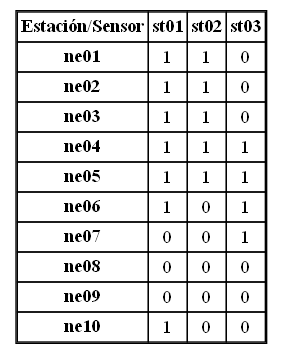
Juantrox617/IPC2_Proyecto1_202307699 keeps this Graphviz diagram as data/matriz_patron_cultivo.gv.png. Above is the earlier version. Its source is kept beside it as data/matriz_patron_cultivo.gv. The source it was exported from:
```dot
digraph {
	matriz [label=<<TABLE BORDER="1" CELLBORDER="1" CELLSPACING="0"><TR><TD><B>Estación/Sensor</B></TD><TD><B>st01</B></TD><TD><B>st02</B></TD><TD><B>st03</B></TD></TR><TR><TD><B>ne01</B></TD><TD>1</TD><TD>1</TD><TD>0</TD></TR><TR><TD><B>ne02</B></TD><TD>1</TD><TD>1</TD><TD>0</TD></TR><TR><TD><B>ne03</B></TD><TD>1</TD><TD>1</TD><TD>0</TD></TR><TR><TD><B>ne04</B></TD><TD>1</TD><TD>1</TD><TD>1</TD></TR><TR><TD><B>ne05</B></TD><TD>1</TD><TD>1</TD><TD>1</TD></TR><TR><TD><B>ne06</B></TD><TD>1</TD><TD>0</TD><TD>1</TD></TR><TR><TD><B>ne07</B></TD><TD>0</TD><TD>0</TD><TD>1</TD></TR><TR><TD><B>ne08</B></TD><TD>0</TD><TD>0</TD><TD>0</TD></TR><TR><TD><B>ne09</B></TD><TD>0</TD><TD>0</TD><TD>0</TD></TR><TR><TD><B>ne10</B></TD><TD>1</TD><TD>0</TD><TD>0</TD></TR></TABLE>> shape=plaintext]
}
```
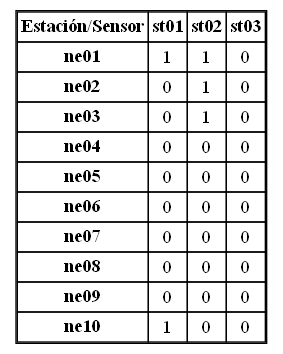
Later version of the same file.

The edit, as a diff of the source:
```diff
@@ -1,3 +1,3 @@
 digraph {
-	matriz [label=<<TABLE BORDER="1" CELLBORDER="1" CELLSPACING="0"><TR><TD><B>Estación/Sensor</B></TD><TD><B>st01</B></TD><TD><B>st02</B></TD><TD><B>st03</B></TD></TR><TR><TD><B>ne01</B></TD><TD>1</TD><TD>1</TD><TD>0</TD></TR><TR><TD><B>ne02</B></TD><TD>1</TD><TD>1</TD><TD>0</TD></TR><TR><TD><B>ne03</B></TD><TD>1</TD><TD>1</TD><TD>0</TD></TR><TR><TD><B>ne04</B></TD><TD>1</TD><TD>1</TD><TD>1</TD></TR><TR><TD><B>ne05</B></TD><TD>1</TD><TD>1</TD><TD>1</TD></TR><TR><TD><B>ne06</B></TD><TD>1</TD><TD>0</TD><TD>1</TD></TR><TR><TD><B>ne07</B></TD><TD>0</TD><TD>0</TD><TD>1</TD></TR><TR><TD><B>ne08</B></TD><TD>0</TD><TD>0</TD><TD>0</TD></TR><TR><TD><B>ne09</B></TD><TD>0</TD><TD>0</TD><TD>0</TD></TR><TR><TD><B>ne10</B></TD><TD>1</TD><TD>0</TD><TD>0</TD></TR></TABLE>> shape=plaintext]
+	matriz [label=<<TABLE BORDER="1" CELLBORDER="1" CELLSPACING="0"><TR><TD><B>Estación/Sensor</B></TD><TD><B>st01</B></TD><TD><B>st02</B></TD><TD><B>st03</B></TD></TR><TR><TD><B>ne01</B></TD><TD>1</TD><TD>1</TD><TD>0</TD></TR><TR><TD><B>ne02</B></TD><TD>0</TD><TD>1</TD><TD>0</TD></TR><TR><TD><B>ne03</B></TD><TD>0</TD><TD>1</TD><TD>0</TD></TR><TR><TD><B>ne04</B></TD><TD>0</TD><TD>0</TD><TD>0</TD></TR><TR><TD><B>ne05</B></TD><TD>0</TD><TD>0</TD><TD>0</TD></TR><TR><TD><B>ne06</B></TD><TD>0</TD><TD>0</TD><TD>0</TD></TR><TR><TD><B>ne07</B></TD><TD>0</TD><TD>0</TD><TD>0</TD></TR><TR><TD><B>ne08</B></TD><TD>0</TD><TD>0</TD><TD>0</TD></TR><TR><TD><B>ne09</B></TD><TD>0</TD><TD>0</TD><TD>0</TD></TR><TR><TD><B>ne10</B></TD><TD>1</TD><TD>0</TD><TD>0</TD></TR></TABLE>> shape=plaintext]
 }
```
